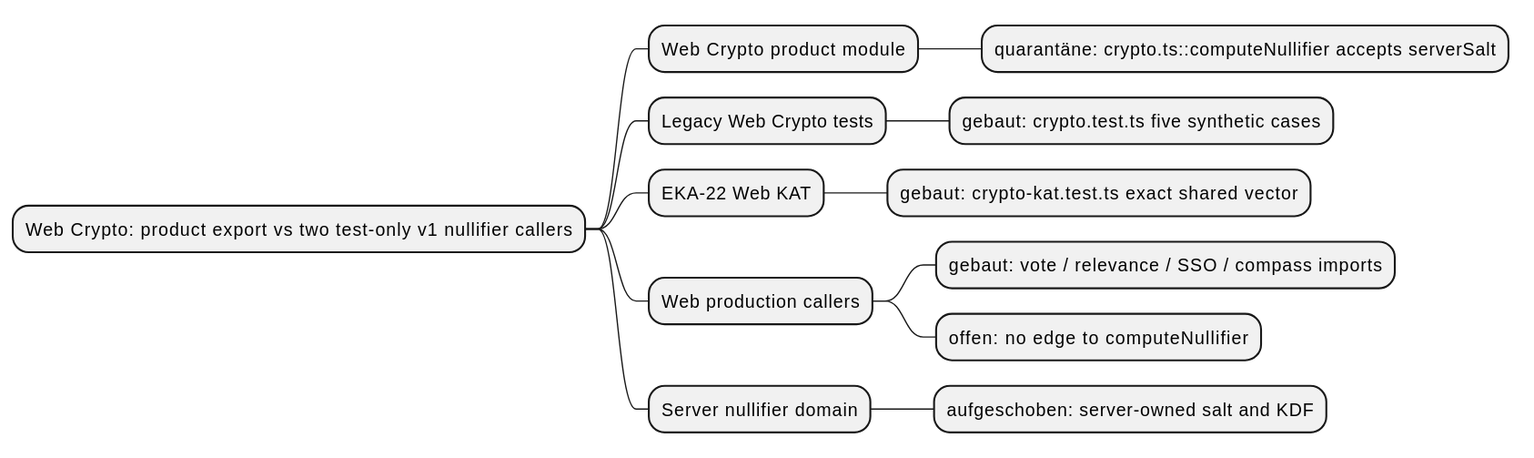
This is docs/architecture/map_012.svg from NeaBouli/pnyx, a PlantUML export, as it was before one commit. Source of this version:
```plantuml
@startmindmap
!pragma layout smetana
* Web Crypto: product export vs two test-only v1 nullifier callers
** Web Crypto product module
*** quarantäne: crypto.ts::computeNullifier accepts serverSalt
** Legacy Web Crypto tests
*** gebaut: crypto.test.ts five synthetic cases
** EKA-22 Web KAT
*** gebaut: crypto-kat.test.ts exact shared vector
** Web production callers
*** gebaut: vote / relevance / SSO / compass imports
*** offen: no edge to computeNullifier
** Server nullifier domain
*** aufgeschoben: server-owned salt and KDF
@endmindmap
```
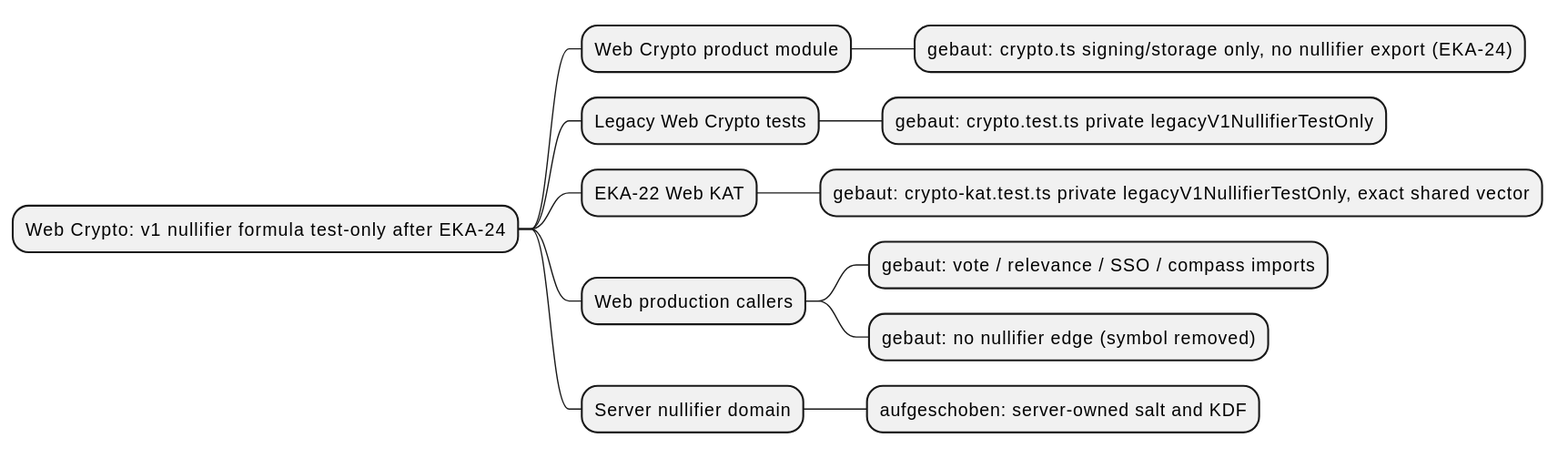
The same file after the commit.

Commit message:
docs(EKA-24): map after-state, fixture note, current base (Codex review #406)

Diff of the diagram source:
```diff
@@ -1,15 +1,15 @@
 @startmindmap
 !pragma layout smetana
-* Web Crypto: product export vs two test-only v1 nullifier callers
+* Web Crypto: v1 nullifier formula test-only after EKA-24
 ** Web Crypto product module
-*** quarantäne: crypto.ts::computeNullifier accepts serverSalt
+*** gebaut: crypto.ts signing/storage only, no nullifier export (EKA-24)
 ** Legacy Web Crypto tests
-*** gebaut: crypto.test.ts five synthetic cases
+*** gebaut: crypto.test.ts private legacyV1NullifierTestOnly
 ** EKA-22 Web KAT
-*** gebaut: crypto-kat.test.ts exact shared vector
+*** gebaut: crypto-kat.test.ts private legacyV1NullifierTestOnly, exact shared vector
 ** Web production callers
 *** gebaut: vote / relevance / SSO / compass imports
-*** offen: no edge to computeNullifier
+*** gebaut: no nullifier edge (symbol removed)
 ** Server nullifier domain
 *** aufgeschoben: server-owned salt and KDF
 @endmindmap
```
